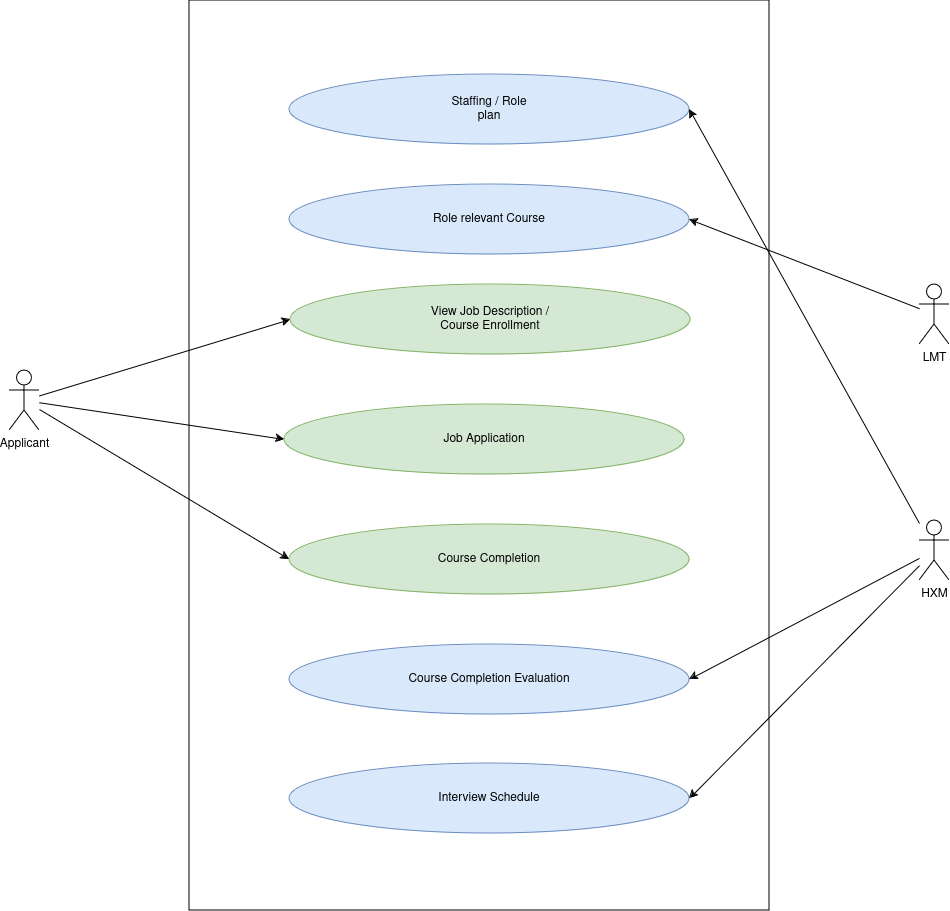
Above: usecase/Untitled Diagram.png in Meharaj-thoufik/Quality-Candidate-Recruit (draw.io), before the change. Source tidied: cells renumbered, new cells last; positions are measured from the earlier drawing's top-left corner, leaving out a move shared by most shapes. Source of this version:
```xml
<mxGraphModel>
  <root>
    <mxCell id="0" />
    <mxCell id="1" parent="0" />
    <mxCell id="2" style="rounded=0;whiteSpace=wrap;html=1;" parent="1" vertex="1">
      <mxGeometry x="180" width="580" height="910" as="geometry" />
    </mxCell>
    <mxCell id="3" value="Staffing / Role&lt;br&gt;plan" style="ellipse;whiteSpace=wrap;html=1;fillColor=#dae8fc;strokeColor=#6c8ebf;" parent="1" vertex="1">
      <mxGeometry x="280" y="74" width="400" height="70" as="geometry" />
    </mxCell>
    <mxCell id="4" value="Role relevant Course" style="ellipse;whiteSpace=wrap;html=1;fillColor=#dae8fc;strokeColor=#6c8ebf;" parent="1" vertex="1">
      <mxGeometry x="280" y="184" width="400" height="70" as="geometry" />
    </mxCell>
    <mxCell id="5" value="Course Completion" style="ellipse;whiteSpace=wrap;html=1;fillColor=#d5e8d4;strokeColor=#82b366;" parent="1" vertex="1">
      <mxGeometry x="280" y="524" width="400" height="70" as="geometry" />
    </mxCell>
    <mxCell id="6" value="Course Completion Evaluation" style="ellipse;whiteSpace=wrap;html=1;fillColor=#dae8fc;strokeColor=#6c8ebf;" parent="1" vertex="1">
      <mxGeometry x="280" y="644" width="400" height="70" as="geometry" />
    </mxCell>
    <mxCell id="7" value="Job Application" style="ellipse;whiteSpace=wrap;html=1;fillColor=#d5e8d4;strokeColor=#82b366;" parent="1" vertex="1">
      <mxGeometry x="275" y="404" width="400" height="70" as="geometry" />
    </mxCell>
    <mxCell id="8" value="&lt;div&gt;View Job Description /&lt;/div&gt;&lt;div&gt;Course&amp;nbsp;Enrollment &lt;/div&gt;" style="ellipse;whiteSpace=wrap;html=1;fillColor=#d5e8d4;strokeColor=#82b366;" parent="1" vertex="1">
      <mxGeometry x="281" y="284" width="400" height="70" as="geometry" />
    </mxCell>
    <mxCell id="9" value="Interview Schedule" style="ellipse;whiteSpace=wrap;html=1;fillColor=#dae8fc;strokeColor=#6c8ebf;" parent="1" vertex="1">
      <mxGeometry x="280" y="763" width="400" height="70" as="geometry" />
    </mxCell>
    <mxCell id="10" style="rounded=0;jettySize=auto;html=1;entryX=0;entryY=0.5;entryDx=0;entryDy=0;" parent="1" edge="1" source="13" target="7">
      <mxGeometry relative="1" as="geometry" />
    </mxCell>
    <mxCell id="11" style="rounded=0;jettySize=auto;html=1;entryX=0;entryY=0.5;entryDx=0;entryDy=0;" parent="1" edge="1" source="13" target="8">
      <mxGeometry relative="1" as="geometry" />
    </mxCell>
    <mxCell id="12" style="rounded=0;jettySize=auto;html=1;entryX=0;entryY=0.5;entryDx=0;entryDy=0;" parent="1" edge="1" source="13" target="5">
      <mxGeometry relative="1" as="geometry" />
    </mxCell>
    <mxCell id="13" value="Applicant" style="shape=umlActor;verticalLabelPosition=bottom;verticalAlign=top;html=1;outlineConnect=0;" parent="1" vertex="1">
      <mxGeometry y="370" width="30" height="60" as="geometry" />
    </mxCell>
    <mxCell id="14" style="rounded=0;jettySize=auto;html=1;entryX=1;entryY=0.5;entryDx=0;entryDy=0;" parent="1" edge="1" source="15" target="4">
      <mxGeometry relative="1" as="geometry" />
    </mxCell>
    <mxCell id="15" value="LMT" style="shape=umlActor;verticalLabelPosition=bottom;verticalAlign=top;html=1;outlineConnect=0;" parent="1" vertex="1">
      <mxGeometry x="910" y="284" width="30" height="60" as="geometry" />
    </mxCell>
    <mxCell id="16" style="rounded=0;jettySize=auto;html=1;entryX=1;entryY=0.5;entryDx=0;entryDy=0;" parent="1" edge="1" source="19" target="3">
      <mxGeometry relative="1" as="geometry" />
    </mxCell>
    <mxCell id="17" style="rounded=0;jettySize=auto;html=1;entryX=1;entryY=0.5;entryDx=0;entryDy=0;" parent="1" edge="1" source="19" target="6">
      <mxGeometry relative="1" as="geometry" />
    </mxCell>
    <mxCell id="18" style="rounded=0;jettySize=auto;html=1;entryX=1;entryY=0.5;entryDx=0;entryDy=0;" parent="1" edge="1" source="19" target="9">
      <mxGeometry relative="1" as="geometry" />
    </mxCell>
    <mxCell id="19" value="HXM" style="shape=umlActor;verticalLabelPosition=bottom;verticalAlign=top;html=1;outlineConnect=0;" parent="1" vertex="1">
      <mxGeometry x="910" y="520" width="30" height="60" as="geometry" />
    </mxCell>
  </root>
</mxGraphModel>
```
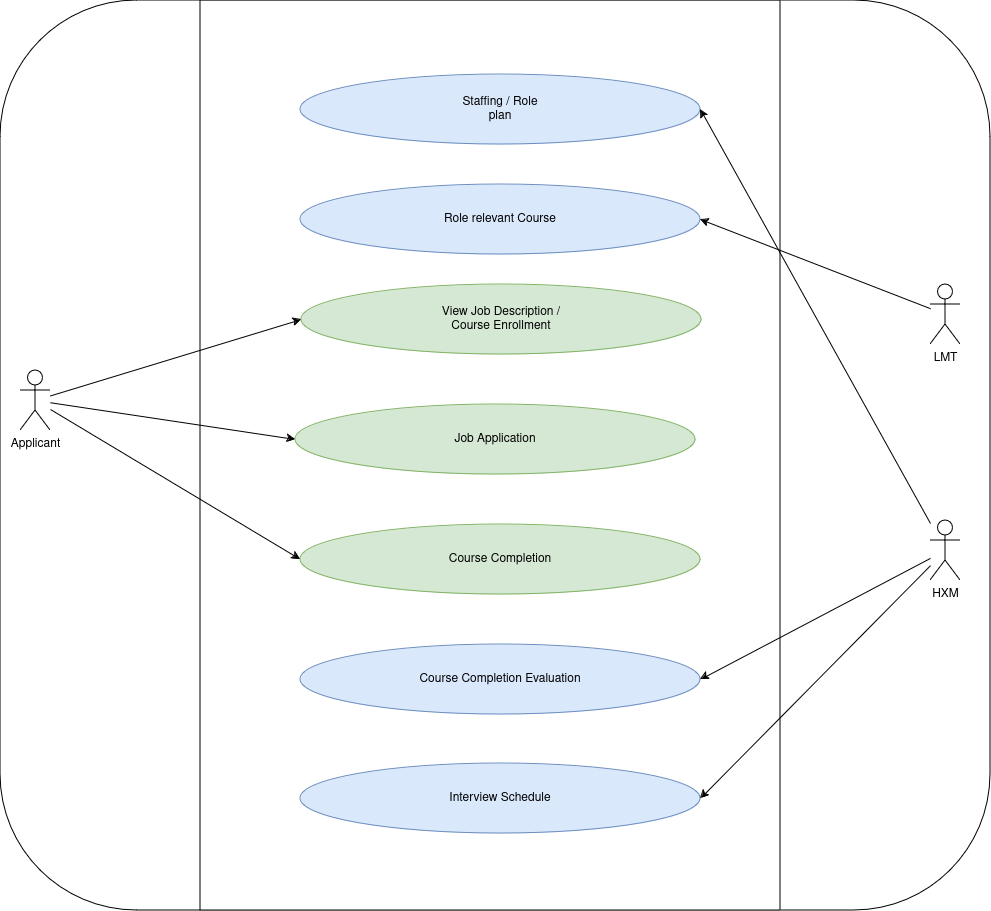
The same file after the commit.

Commit message:
Use case Diagram.png

The edit, as a diff of the source:
```diff
@@ -2,9 +2,12 @@
   <root>
     <mxCell id="0" />
     <mxCell id="1" parent="0" />
-    <mxCell id="2" style="rounded=0;whiteSpace=wrap;html=1;" parent="1" vertex="1">
-      <mxGeometry x="180" width="580" height="910" as="geometry" />
-    </mxCell>
+    <mxCell id="20" style="rounded=1;whiteSpace=wrap;html=1;" parent="1" vertex="1">
+      <mxGeometry x="-20" width="990" height="910" as="geometry" />
+    </mxCell>
+    <mxCell id="21" style="rounded=0;whiteSpace=wrap;html=1;" parent="1" vertex="1">
+      <mxGeometry x="180" width="580" height="910" as="geometry" />
+    </mxCell>
     <mxCell id="3" value="Staffing / Role&lt;br&gt;plan" style="ellipse;whiteSpace=wrap;html=1;fillColor=#dae8fc;strokeColor=#6c8ebf;" parent="1" vertex="1">
       <mxGeometry x="280" y="74" width="400" height="70" as="geometry" />
     </mxCell>
```
